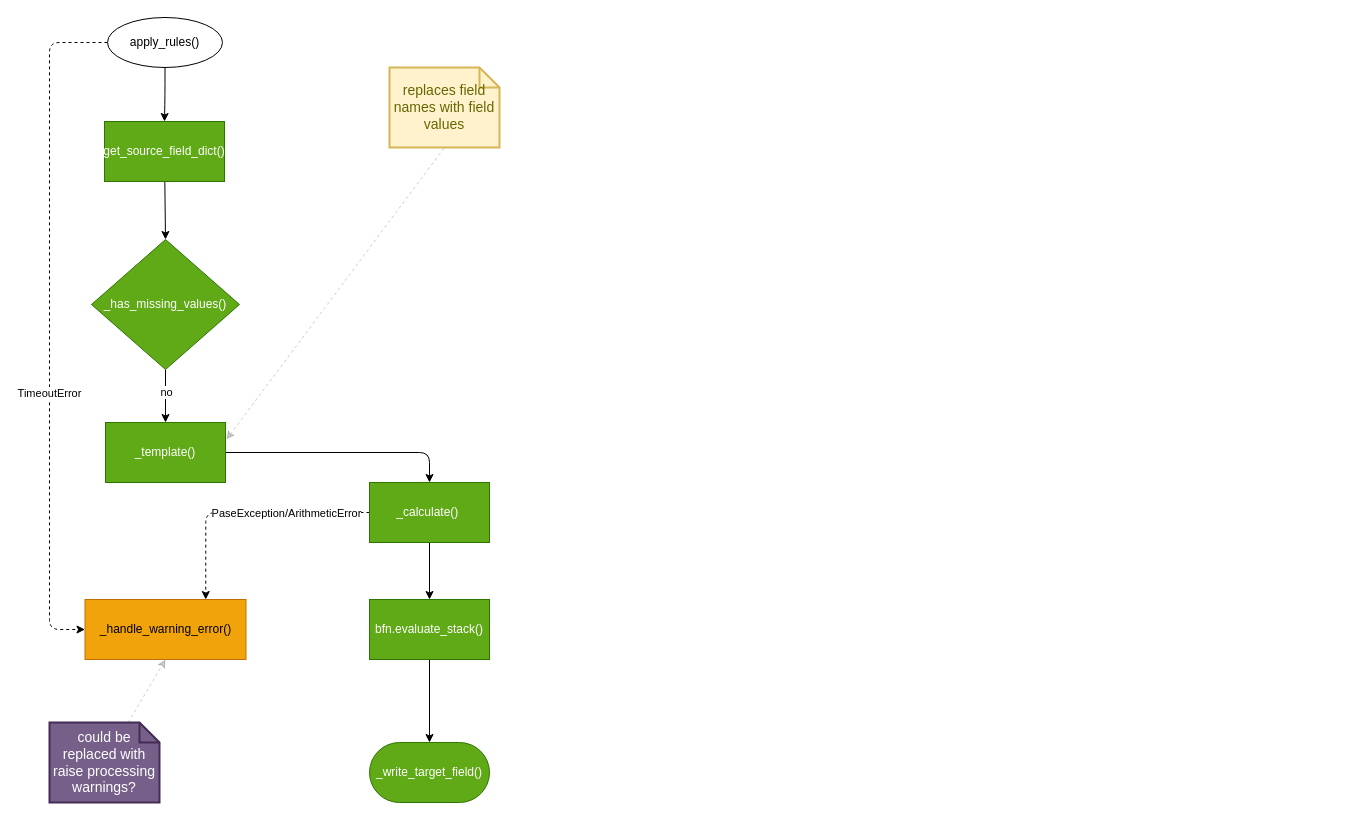
Earlier version of the draw.io diagram page "Calculator" (3 of 9) of doc/source/development/architecture/diagramms/process.drawio (fkie-cad/Logprep). Source tidied: cells renumbered, new cells numbered last; positions are measured from the earlier drawing's top-left corner, leaving out a move shared by most shapes. Both pictures are drawn from the tidied source at 100%, with x=0, y=0 at pixel (49, 17).
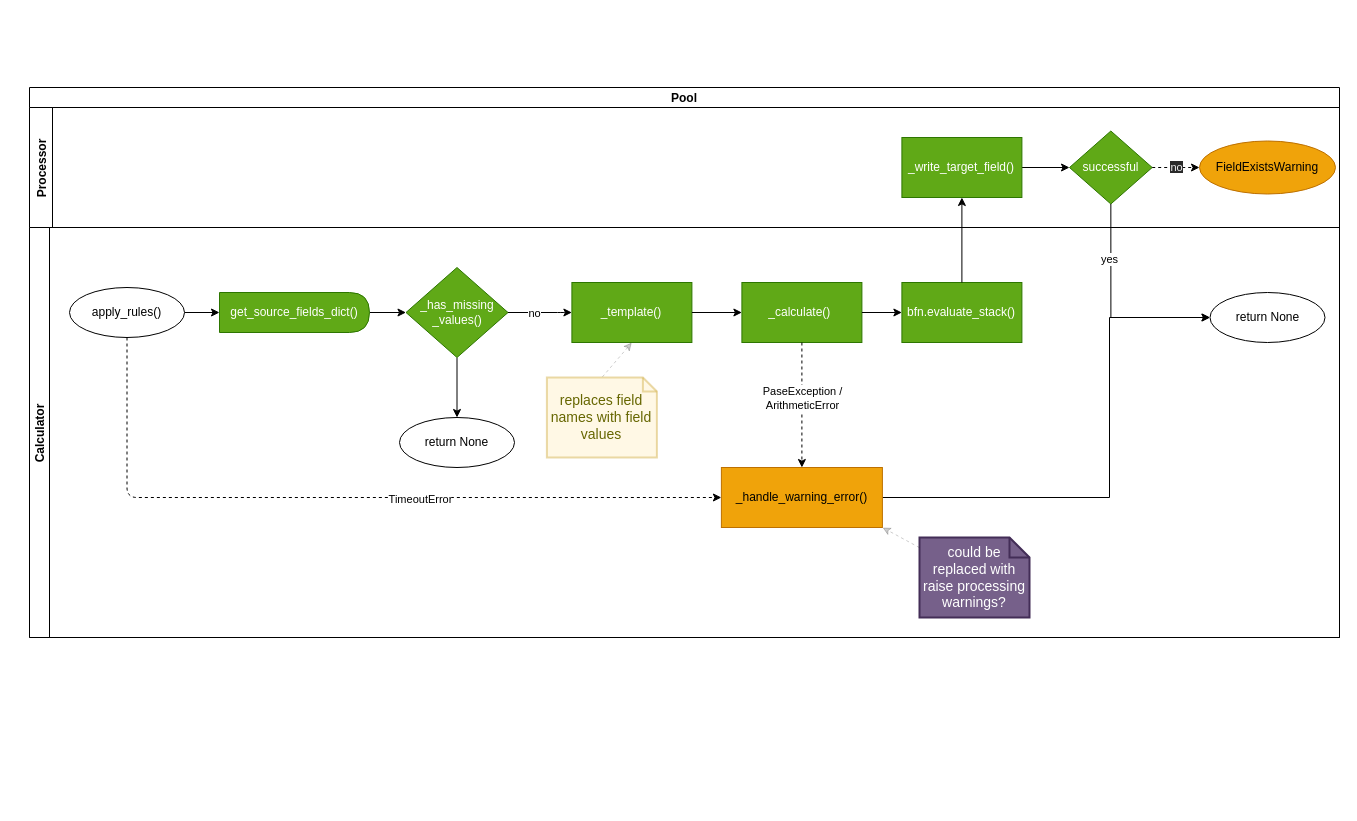
Above is the later version.

Commit message (it also covers changes not shown here):
update drawio diagram and remove unnecessary error

Change to the diagram source:
```diff
@@
-    <mxCell id="2" style="edgeStyle=none;html=1;entryX=0.5;entryY=0;entryDx=0;entryDy=0;" parent="1" edge="1" source="3" target="14">
-      <mxGeometry relative="1" as="geometry" />
-    </mxCell>
-    <mxCell id="3" value="get_source_field_dict()" style="rounded=0;whiteSpace=wrap;html=1;fillColor=#60a917;fontColor=#ffffff;strokeColor=#2D7600;" parent="1" vertex="1">
-      <mxGeometry x="55" y="104" width="120" height="60" as="geometry" />
-    </mxCell>
-    <mxCell id="4" style="edgeStyle=orthogonalEdgeStyle;html=1;entryX=0.5;entryY=0;entryDx=0;entryDy=0;" parent="1" edge="1" source="6" target="10">
-      <mxGeometry relative="1" as="geometry" />
-    </mxCell>
-    <mxCell id="5" style="html=1;entryX=0.5;entryY=1;entryDx=0;entryDy=0;entryPerimeter=0;dashed=1;endArrow=none;endFill=0;startArrow=classic;startFill=1;opacity=20;" parent="1" edge="1" target="17">
-      <mxGeometry relative="1" as="geometry">
-        <mxPoint x="177" y="422" as="sourcePoint" />
-      </mxGeometry>
-    </mxCell>
+    <mxCell id="25" value="Pool" style="swimlane;horizontal=1;startSize=20;" parent="1" vertex="1">
+      <mxGeometry x="-20" y="70" width="1310" height="550" as="geometry" />
+    </mxCell>
+    <mxCell id="26" value="Processor" style="swimlane;horizontal=0;" parent="25" vertex="1">
+      <mxGeometry y="20" width="1310" height="120" as="geometry" />
+    </mxCell>
+    <mxCell id="27" style="edgeStyle=orthogonalEdgeStyle;rounded=0;jettySize=auto;html=1;entryX=0;entryY=0.5;entryDx=0;entryDy=0;fontFamily=Helvetica;fontSize=12;fontColor=#FFFFFF;" parent="26" edge="1" source="11" target="28">
+      <mxGeometry relative="1" as="geometry" />
+    </mxCell>
+    <mxCell id="11" value="_write_target_field()" style="whiteSpace=wrap;html=1;rounded=1;fillColor=#60a917;fontColor=#ffffff;strokeColor=#2D7600;arcSize=0;" parent="26" vertex="1">
+      <mxGeometry x="872.4" y="30" width="120" height="60" as="geometry" />
+    </mxCell>
+    <mxCell id="28" value="successful" style="rhombus;whiteSpace=wrap;html=1;fillColor=#60a917;fontColor=#ffffff;strokeColor=#2D7600;" parent="26" vertex="1">
+      <mxGeometry x="1040" y="23.5" width="82.7" height="73" as="geometry" />
+    </mxCell>
+    <mxCell id="29" value="FieldExistsWarning" style="ellipse;whiteSpace=wrap;html=1;fillColor=#f0a30a;fontColor=#000000;strokeColor=#BD7000;" parent="26" vertex="1">
+      <mxGeometry x="1170" y="33.5" width="136" height="53" as="geometry" />
+    </mxCell>
+    <mxCell id="30" value="&lt;span style=&quot;color: rgb(240, 240, 240); font-family: Helvetica; font-size: 11px; font-style: normal; font-variant-ligatures: normal; font-variant-caps: normal; font-weight: 400; letter-spacing: normal; orphans: 2; text-align: center; text-indent: 0px; text-transform: none; widows: 2; word-spacing: 0px; -webkit-text-stroke-width: 0px; background-color: rgb(42, 42, 42); text-decoration-thickness: initial; text-decoration-style: initial; text-decoration-color: initial; float: none; display: inline !important;&quot;&gt;no&lt;/span&gt;" style="edgeStyle=orthogonalEdgeStyle;rounded=0;jettySize=auto;html=1;dashed=1;exitX=1;exitY=0.5;exitDx=0;exitDy=0;entryX=0;entryY=0.5;entryDx=0;entryDy=0;" parent="26" edge="1" source="28" target="29">
+      <mxGeometry relative="1" as="geometry">
+        <Array as="points">
+          <mxPoint x="1150" y="60" />
+          <mxPoint x="1150" y="60" />
+        </Array>
+      </mxGeometry>
+    </mxCell>
+    <mxCell id="31" value="Calculator" style="swimlane;startSize=20;horizontal=0;" parent="25" vertex="1">
+      <mxGeometry y="140" width="1310" height="410" as="geometry" />
+    </mxCell>
+    <mxCell id="32" style="html=1;entryX=0.5;entryY=0;entryDx=0;entryDy=0;entryPerimeter=0;dashed=1;endArrow=none;endFill=0;startArrow=classic;startFill=1;opacity=20;exitX=0.5;exitY=1;exitDx=0;exitDy=0;" parent="31" edge="1" source="6" target="17">
+      <mxGeometry relative="1" as="geometry" />
+    </mxCell>
-    <mxCell id="6" value="_template()" style="whiteSpace=wrap;html=1;rounded=0;fillColor=#60a917;fontColor=#ffffff;strokeColor=#2D7600;" parent="1" vertex="1">
-      <mxGeometry x="56" y="405" width="120" height="60" as="geometry" />
+    <mxCell id="6" value="_template()" style="whiteSpace=wrap;html=1;rounded=0;fillColor=#60a917;fontColor=#ffffff;strokeColor=#2D7600;" parent="31" vertex="1">
+      <mxGeometry x="542.4" y="55" width="120" height="60" as="geometry" />
     </mxCell>
-    <mxCell id="7" style="edgeStyle=none;html=1;" parent="1" edge="1" source="10" target="16">
-      <mxGeometry relative="1" as="geometry" />
-    </mxCell>
-    <mxCell id="8" style="edgeStyle=orthogonalEdgeStyle;html=1;entryX=0.75;entryY=0;entryDx=0;entryDy=0;startArrow=none;startFill=0;endArrow=classic;endFill=1;dashed=1;" parent="1" edge="1" source="10" target="18">
-      <mxGeometry relative="1" as="geometry" />
-    </mxCell>
-    <mxCell id="9" value="PaseException/ArithmeticError" style="edgeLabel;html=1;align=center;verticalAlign=middle;" parent="8" vertex="1">
-      <mxGeometry x="0.06" relative="1" as="geometry">
-        <mxPoint x="49" as="offset" />
-      </mxGeometry>
-    </mxCell>
-    <mxCell id="10" value="_calculate()&amp;nbsp;" style="whiteSpace=wrap;html=1;rounded=0;fillColor=#60a917;fontColor=#ffffff;strokeColor=#2D7600;" parent="1" vertex="1">
-      <mxGeometry x="320" y="465" width="120" height="60" as="geometry" />
-    </mxCell>
-    <mxCell id="11" value="_write_target_field()" style="whiteSpace=wrap;html=1;rounded=1;fillColor=#60a917;fontColor=#ffffff;strokeColor=#2D7600;arcSize=50;" parent="1" vertex="1">
-      <mxGeometry x="320" y="725" width="120" height="60" as="geometry" />
-    </mxCell>
-    <mxCell id="12" style="edgeStyle=orthogonalEdgeStyle;html=1;entryX=0.5;entryY=0;entryDx=0;entryDy=0;" parent="1" edge="1" source="14" target="6">
-      <mxGeometry relative="1" as="geometry" />
-    </mxCell>
+    <mxCell id="33" style="edgeStyle=orthogonalEdgeStyle;html=1;entryX=0;entryY=0.5;entryDx=0;entryDy=0;exitX=1;exitY=0.5;exitDx=0;exitDy=0;" parent="31" edge="1" source="35" target="6">
+      <mxGeometry relative="1" as="geometry">
+        <Array as="points">
+          <mxPoint x="533.5" y="85" />
+          <mxPoint x="533.5" y="85" />
+        </Array>
+      </mxGeometry>
+    </mxCell>
-    <mxCell id="13" value="no" style="edgeLabel;html=1;align=center;verticalAlign=middle;" parent="12" vertex="1">
+    <mxCell id="13" value="no" style="edgeLabel;html=1;align=center;verticalAlign=middle;" parent="33" vertex="1">
       <mxGeometry x="-0.18" relative="1" as="geometry" />
     </mxCell>
-    <mxCell id="14" value="_has_missing_values()" style="rhombus;whiteSpace=wrap;html=1;fillColor=#60a917;fontColor=#ffffff;strokeColor=#2D7600;" parent="1" vertex="1">
-      <mxGeometry x="42" y="222" width="148" height="130" as="geometry" />
-    </mxCell>
-    <mxCell id="15" style="edgeStyle=none;html=1;entryX=0.5;entryY=0;entryDx=0;entryDy=0;startArrow=none;startFill=0;endArrow=classic;endFill=1;" parent="1" edge="1" source="16" target="11">
-      <mxGeometry relative="1" as="geometry" />
-    </mxCell>
-    <mxCell id="16" value="bfn.evaluate_stack()" style="rounded=0;whiteSpace=wrap;html=1;fillColor=#60a917;fontColor=#ffffff;strokeColor=#2D7600;" parent="1" vertex="1">
-      <mxGeometry x="320" y="582" width="120" height="60" as="geometry" />
-    </mxCell>
+    <mxCell id="34" style="edgeStyle=orthogonalEdgeStyle;rounded=0;jettySize=auto;html=1;entryX=0.5;entryY=0;entryDx=0;entryDy=0;" parent="31" edge="1" source="35" target="39">
+      <mxGeometry relative="1" as="geometry" />
+    </mxCell>
+    <mxCell id="35" value="_has_missing&lt;br&gt;_values()" style="rhombus;whiteSpace=wrap;html=1;fillColor=#60a917;fontColor=#ffffff;strokeColor=#2D7600;" parent="31" vertex="1">
+      <mxGeometry x="376.5" y="40" width="102" height="90" as="geometry" />
+    </mxCell>
+    <mxCell id="36" style="edgeStyle=none;html=1;exitX=1;exitY=0.5;exitDx=0;exitDy=0;" parent="31" edge="1" source="40" target="35">
+      <mxGeometry relative="1" as="geometry" />
+    </mxCell>
-    <mxCell id="17" value="replaces field names with field values" style="shape=note;strokeWidth=2;fontSize=14;size=20;whiteSpace=wrap;html=1;fillColor=#fff2cc;strokeColor=#d6b656;fontColor=#666600;" parent="1" vertex="1">
-      <mxGeometry x="340" y="50" width="110" height="80" as="geometry" />
+    <mxCell id="17" value="replaces field names with field values" style="shape=note;strokeWidth=2;fontSize=14;size=14;whiteSpace=wrap;html=1;fillColor=#fff2cc;strokeColor=#d6b656;fontColor=#666600;opacity=50;" parent="31" vertex="1">
+      <mxGeometry x="517.4" y="150" width="110" height="80" as="geometry" />
     </mxCell>
+    <mxCell id="37" style="edgeStyle=orthogonalEdgeStyle;html=1;startArrow=none;startFill=0;endArrow=classic;endFill=1;entryX=0;entryY=0.5;entryDx=0;entryDy=0;" parent="31" edge="1" source="22" target="40">
+      <mxGeometry relative="1" as="geometry" />
+    </mxCell>
+    <mxCell id="22" value="apply_rules()" style="ellipse;whiteSpace=wrap;html=1;" parent="31" vertex="1">
+      <mxGeometry x="40" y="60" width="115" height="50" as="geometry" />
+    </mxCell>
+    <mxCell id="38" style="edgeStyle=orthogonalEdgeStyle;rounded=0;jettySize=auto;html=1;entryX=0;entryY=0.5;entryDx=0;entryDy=0;fontFamily=Helvetica;fontSize=12;fontColor=#FFFFFF;" parent="31" edge="1" source="18" target="41">
+      <mxGeometry relative="1" as="geometry">
+        <Array as="points">
+          <mxPoint x="1080" y="270" />
+          <mxPoint x="1080" y="90" />
+        </Array>
+      </mxGeometry>
+    </mxCell>
-    <mxCell id="18" value="_handle_warning_error()" style="rounded=0;whiteSpace=wrap;html=1;fillColor=#f0a30a;fontColor=#000000;strokeColor=#BD7000;" parent="1" vertex="1">
-      <mxGeometry x="35.5" y="582" width="161" height="60" as="geometry" />
+    <mxCell id="18" value="_handle_warning_error()" style="rounded=0;whiteSpace=wrap;html=1;fillColor=#f0a30a;fontColor=#000000;strokeColor=#BD7000;" parent="31" vertex="1">
+      <mxGeometry x="691.9" y="240" width="161" height="60" as="geometry" />
     </mxCell>
-    <mxCell id="19" style="edgeStyle=orthogonalEdgeStyle;html=1;entryX=0;entryY=0.5;entryDx=0;entryDy=0;dashed=1;startArrow=none;startFill=0;endArrow=classic;endFill=1;" parent="1" edge="1" source="22" target="18">
+    <mxCell id="19" style="edgeStyle=orthogonalEdgeStyle;html=1;entryX=0;entryY=0.5;entryDx=0;entryDy=0;dashed=1;startArrow=none;startFill=0;endArrow=classic;endFill=1;" parent="31" edge="1" source="22" target="18">
       <mxGeometry relative="1" as="geometry">
         <Array as="points">
-          <mxPoint y="25" />
-          <mxPoint y="612" />
+          <mxPoint x="98" y="270" />
         </Array>
       </mxGeometry>
     </mxCell>
@@
-    <mxCell id="21" style="edgeStyle=orthogonalEdgeStyle;html=1;startArrow=none;startFill=0;endArrow=classic;endFill=1;" parent="1" edge="1" source="22" target="3">
-      <mxGeometry relative="1" as="geometry" />
-    </mxCell>
-    <mxCell id="22" value="apply_rules()" style="ellipse;whiteSpace=wrap;html=1;" parent="1" vertex="1">
-      <mxGeometry x="58" width="115" height="50" as="geometry" />
-    </mxCell>
+    <mxCell id="39" value="return None" style="ellipse;whiteSpace=wrap;html=1;" parent="31" vertex="1">
+      <mxGeometry x="370" y="190" width="115" height="50" as="geometry" />
+    </mxCell>
+    <mxCell id="40" value="get_source_fields_dict()" style="shape=delay;whiteSpace=wrap;html=1;labelBackgroundColor=none;fontFamily=Helvetica;fontSize=12;fontColor=#ffffff;fillColor=#60a917;strokeColor=#2D7600;" parent="31" vertex="1">
+      <mxGeometry x="190" y="65" width="150" height="40" as="geometry" />
+    </mxCell>
+    <mxCell id="41" value="return None" style="ellipse;whiteSpace=wrap;html=1;" parent="31" vertex="1">
+      <mxGeometry x="1180.5" y="65" width="115" height="50" as="geometry" />
+    </mxCell>
+    <mxCell id="24" value="could be replaced with raise processing warnings?" style="shape=note;strokeWidth=2;fontSize=14;size=20;whiteSpace=wrap;html=1;fillColor=#76608a;strokeColor=#432D57;fontColor=#ffffff;" parent="31" vertex="1">
+      <mxGeometry x="890" y="310" width="110" height="80" as="geometry" />
+    </mxCell>
-    <mxCell id="23" style="html=1;entryX=0.5;entryY=1;entryDx=0;entryDy=0;dashed=1;startArrow=none;startFill=0;endArrow=classic;endFill=1;opacity=20;" parent="1" edge="1" source="24" target="18">
+    <mxCell id="23" style="html=1;entryX=1;entryY=1;entryDx=0;entryDy=0;dashed=1;startArrow=none;startFill=0;endArrow=classic;endFill=1;opacity=20;" parent="31" edge="1" source="24" target="18">
       <mxGeometry relative="1" as="geometry" />
     </mxCell>
-    <mxCell id="24" value="could be replaced with raise processing warnings?" style="shape=note;strokeWidth=2;fontSize=14;size=20;whiteSpace=wrap;html=1;fillColor=#76608a;strokeColor=#432D57;fontColor=#ffffff;" parent="1" vertex="1">
-      <mxGeometry y="705" width="110" height="80" as="geometry" />
-    </mxCell>
+    <mxCell id="42" value="yes" style="edgeStyle=orthogonalEdgeStyle;rounded=0;jettySize=auto;html=1;exitX=0.5;exitY=1;exitDx=0;exitDy=0;entryX=0;entryY=0.5;entryDx=0;entryDy=0;" parent="25" edge="1" source="28" target="41">
+      <mxGeometry x="-0.48" y="-1" relative="1" as="geometry">
+        <Array as="points">
+          <mxPoint x="1081" y="230" />
+          <mxPoint x="1142" y="230" />
+        </Array>
+      </mxGeometry>
+    </mxCell>
+    <mxCell id="10" value="_calculate()&amp;nbsp;" style="whiteSpace=wrap;html=1;rounded=0;fillColor=#60a917;fontColor=#ffffff;strokeColor=#2D7600;" parent="1" vertex="1">
+      <mxGeometry x="692.4" y="265" width="120" height="60" as="geometry" />
+    </mxCell>
+    <mxCell id="4" style="edgeStyle=orthogonalEdgeStyle;html=1;entryX=0;entryY=0.5;entryDx=0;entryDy=0;" parent="1" edge="1" source="6" target="10">
+      <mxGeometry relative="1" as="geometry" />
+    </mxCell>
+    <mxCell id="7" style="edgeStyle=none;html=1;" parent="1" edge="1" source="10" target="16">
+      <mxGeometry relative="1" as="geometry" />
+    </mxCell>
+    <mxCell id="8" style="edgeStyle=orthogonalEdgeStyle;html=1;entryX=0.5;entryY=0;entryDx=0;entryDy=0;startArrow=none;startFill=0;endArrow=classic;endFill=1;dashed=1;" parent="1" edge="1" source="10" target="18">
+      <mxGeometry relative="1" as="geometry" />
+    </mxCell>
+    <mxCell id="43" value="PaseException /&lt;br&gt;ArithmeticError" style="edgeLabel;html=1;align=center;verticalAlign=middle;" parent="8" vertex="1">
+      <mxGeometry x="0.06" relative="1" as="geometry">
+        <mxPoint y="-11" as="offset" />
+      </mxGeometry>
+    </mxCell>
+    <mxCell id="16" value="bfn.evaluate_stack()" style="rounded=0;whiteSpace=wrap;html=1;fillColor=#60a917;fontColor=#ffffff;strokeColor=#2D7600;" parent="1" vertex="1">
+      <mxGeometry x="852.4" y="265" width="120" height="60" as="geometry" />
+    </mxCell>
+    <mxCell id="15" style="edgeStyle=orthogonalEdgeStyle;rounded=0;jettySize=auto;html=1;" parent="1" edge="1" source="16" target="11">
+      <mxGeometry relative="1" as="geometry" />
+    </mxCell>
```
